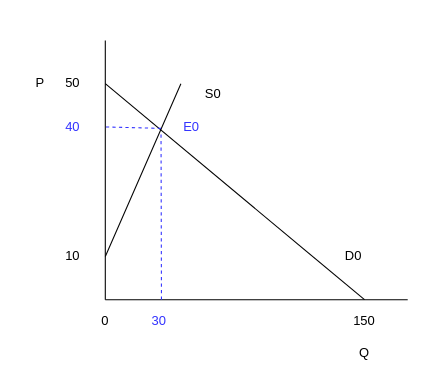
Before: charts/Untitled Diagram.drawio in billlange1968/drawio, a draw.io diagram. Source tidied: cells renumbered, new cells numbered last; positions are measured from the earlier drawing's top-left corner, leaving out a move shared by most shapes. Both pictures are drawn from the tidied source at 108%, with x=0, y=0 at pixel (18, 40).
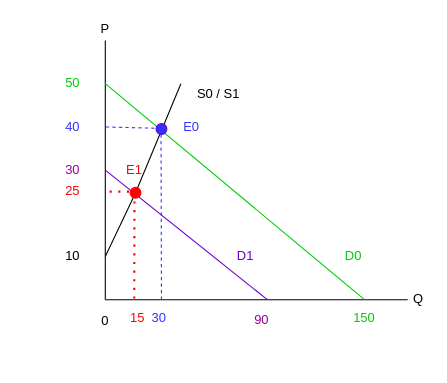
The same diagram, later.

Diff of the diagram source:
```diff
@@
     <mxCell id="4" value="P" style="text;html=1;strokeColor=none;fillColor=none;align=center;verticalAlign=middle;whiteSpace=wrap;rounded=0;" parent="1" vertex="1">
-      <mxGeometry y="30" width="40" height="20" as="geometry" />
+      <mxGeometry x="60" y="-20" width="40" height="20" as="geometry" />
     </mxCell>
     <mxCell id="5" value="Q" style="text;html=1;strokeColor=none;fillColor=none;align=center;verticalAlign=middle;whiteSpace=wrap;rounded=0;" parent="1" vertex="1">
-      <mxGeometry x="300" y="280" width="40" height="20" as="geometry" />
+      <mxGeometry x="360" y="230" width="20" height="20" as="geometry" />
     </mxCell>
-    <mxCell id="6" value="50" style="text;html=1;strokeColor=none;fillColor=none;align=center;verticalAlign=middle;whiteSpace=wrap;rounded=0;" parent="1" vertex="1">
-      <mxGeometry x="30" y="30" width="40" height="20" as="geometry" />
+    <mxCell id="6" value="30" style="text;html=1;strokeColor=none;fillColor=none;align=center;verticalAlign=middle;whiteSpace=wrap;rounded=0;fontColor=#990099;" parent="1" vertex="1">
+      <mxGeometry x="30" y="110" width="40" height="20" as="geometry" />
     </mxCell>
@@
-    <mxCell id="9" value="150" style="text;html=1;strokeColor=none;fillColor=none;align=center;verticalAlign=middle;whiteSpace=wrap;rounded=0;" parent="1" vertex="1">
-      <mxGeometry x="300" y="250" width="40" height="20" as="geometry" />
+    <mxCell id="9" value="150" style="text;html=1;strokeColor=none;fillColor=none;align=center;verticalAlign=middle;whiteSpace=wrap;rounded=0;fontColor=#00CC00;" parent="1" vertex="1">
+      <mxGeometry x="300" y="247" width="40" height="20" as="geometry" />
     </mxCell>
@@
     <mxCell id="11" value="30" style="text;html=1;strokeColor=none;fillColor=none;align=center;verticalAlign=middle;whiteSpace=wrap;rounded=0;fontColor=#3333FF;" parent="1" vertex="1">
-      <mxGeometry x="110" y="250" width="40" height="20" as="geometry" />
+      <mxGeometry x="110" y="247" width="40" height="20" as="geometry" />
     </mxCell>
-    <mxCell id="12" style="endArrow=none;html=1;" parent="1" edge="1">
+    <mxCell id="12" style="endArrow=none;html=1;strokeColor=#00CC00;" parent="1" edge="1">
       <mxGeometry relative="1" as="geometry">
         <mxPoint x="80" y="40" as="sourcePoint" />
         <mxPoint x="320" y="240" as="targetPoint" />
       </mxGeometry>
     </mxCell>
-    <mxCell id="13" style="endArrow=none;html=1;" parent="1" edge="1">
+    <mxCell id="13" style="endArrow=none;html=1;" parent="1" edge="1" source="27">
       <mxGeometry relative="1" as="geometry">
-        <mxPoint x="150" y="40" as="sourcePoint" />
         <mxPoint x="80" y="200" as="targetPoint" />
       </mxGeometry>
     </mxCell>
@@
-    <mxCell id="15" value="S0" style="text;html=1;strokeColor=none;fillColor=none;align=center;verticalAlign=middle;whiteSpace=wrap;rounded=0;" parent="1" vertex="1">
-      <mxGeometry x="160" y="40" width="40" height="20" as="geometry" />
+    <mxCell id="15" value="S0 / S1" style="text;html=1;strokeColor=none;fillColor=none;align=center;verticalAlign=middle;whiteSpace=wrap;rounded=0;" parent="1" vertex="1">
+      <mxGeometry x="160" y="40" width="50" height="20" as="geometry" />
     </mxCell>
-    <mxCell id="16" value="D0" style="text;html=1;strokeColor=none;fillColor=none;align=center;verticalAlign=middle;whiteSpace=wrap;rounded=0;" parent="1" vertex="1">
+    <mxCell id="16" value="D0" style="text;html=1;strokeColor=none;fillColor=none;align=center;verticalAlign=middle;whiteSpace=wrap;rounded=0;fontColor=#00CC00;" parent="1" vertex="1">
       <mxGeometry x="290" y="190" width="40" height="20" as="geometry" />
     </mxCell>
@@
+    <mxCell id="19" style="endArrow=none;html=1;fontColor=#6600CC;strokeColor=#6600CC;" parent="1" edge="1">
+      <mxGeometry relative="1" as="geometry">
+        <mxPoint x="80" y="120" as="sourcePoint" />
+        <mxPoint x="230" y="240" as="targetPoint" />
+      </mxGeometry>
+    </mxCell>
+    <mxCell id="20" value="50" style="text;html=1;strokeColor=none;fillColor=none;align=center;verticalAlign=middle;whiteSpace=wrap;rounded=0;fontColor=#00CC00;" parent="1" vertex="1">
+      <mxGeometry x="30" y="30" width="40" height="20" as="geometry" />
+    </mxCell>
+    <mxCell id="21" value="90" style="text;html=1;strokeColor=none;fillColor=none;align=center;verticalAlign=middle;whiteSpace=wrap;rounded=0;fontColor=#990099;" parent="1" vertex="1">
+      <mxGeometry x="210" y="250" width="30" height="17" as="geometry" />
+    </mxCell>
+    <mxCell id="22" value="D1" style="text;html=1;strokeColor=none;fillColor=none;align=center;verticalAlign=middle;whiteSpace=wrap;rounded=0;fontColor=#6600CC;" parent="1" vertex="1">
+      <mxGeometry x="190" y="190" width="40" height="20" as="geometry" />
+    </mxCell>
+    <mxCell id="23" value="15" style="text;html=1;strokeColor=none;fillColor=none;align=center;verticalAlign=middle;whiteSpace=wrap;rounded=0;fontColor=#FF0000;" parent="1" vertex="1">
+      <mxGeometry x="90" y="247" width="40" height="20" as="geometry" />
+    </mxCell>
+    <mxCell id="24" value="25" style="text;html=1;strokeColor=none;fillColor=none;align=center;verticalAlign=middle;whiteSpace=wrap;rounded=0;fontColor=#FF0000;" parent="1" vertex="1">
+      <mxGeometry x="30" y="130" width="40" height="20" as="geometry" />
+    </mxCell>
+    <mxCell id="25" style="endArrow=none;dashed=1;html=1;dashPattern=1 3;strokeWidth=2;fontColor=#FF0000;strokeColor=#FF0000;" parent="1" edge="1">
+      <mxGeometry relative="1" as="geometry">
+        <mxPoint x="110" y="140" as="sourcePoint" />
+        <mxPoint x="80" y="140" as="targetPoint" />
+      </mxGeometry>
+    </mxCell>
+    <mxCell id="26" style="endArrow=none;dashed=1;html=1;dashPattern=1 3;strokeWidth=2;fontColor=#FF0000;exitX=0.42;exitY=-0.4;exitDx=0;exitDy=0;exitPerimeter=0;strokeColor=#FF0000;" parent="1" edge="1" source="23">
+      <mxGeometry relative="1" as="geometry">
+        <mxPoint x="107" y="140" as="targetPoint" />
+      </mxGeometry>
+    </mxCell>
+    <mxCell id="27" style="ellipse;whiteSpace=wrap;html=1;strokeColor=#FF0000;fillColor=#FF0000;fontColor=#FF0000;" parent="1" vertex="1">
+      <mxGeometry x="103" y="136" width="10" height="10" as="geometry" />
+    </mxCell>
+    <mxCell id="28" style="endArrow=none;html=1;" parent="1" edge="1" target="27">
+      <mxGeometry relative="1" as="geometry">
+        <mxPoint x="150" y="40" as="sourcePoint" />
+      </mxGeometry>
+    </mxCell>
+    <mxCell id="29" style="ellipse;whiteSpace=wrap;html=1;strokeColor=#6600CC;fillColor=#3333FF;fontColor=#3333FF;" parent="1" vertex="1">
+      <mxGeometry x="127" y="77" width="10" height="10" as="geometry" />
+    </mxCell>
+    <mxCell id="30" value="E1" style="text;html=1;strokeColor=none;fillColor=none;align=center;verticalAlign=middle;whiteSpace=wrap;rounded=0;fontColor=#FF0000;" parent="1" vertex="1">
+      <mxGeometry x="87" y="110" width="40" height="20" as="geometry" />
+    </mxCell>
```
